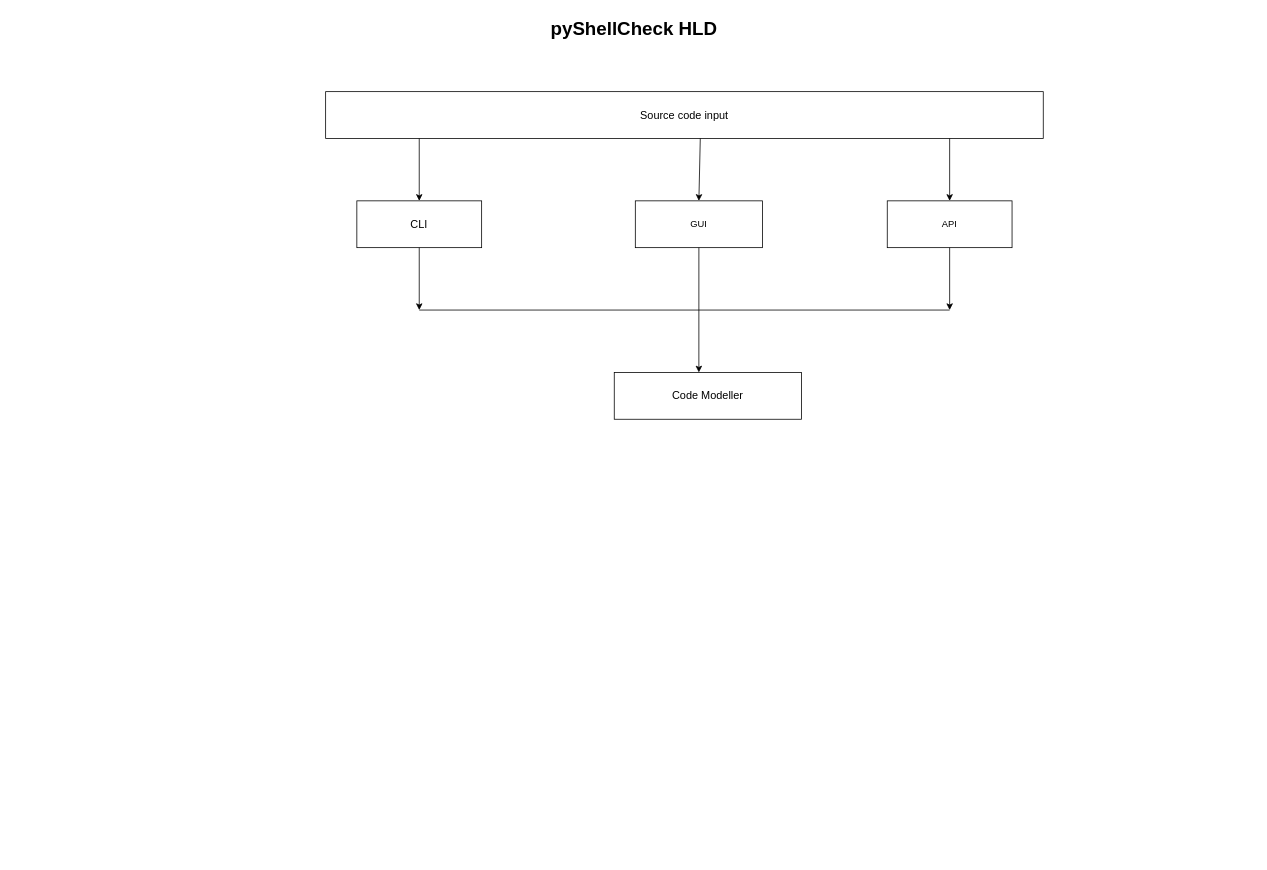
Above: Untitled Diagram.drawio in ajeesh875/pyShellSAST (draw.io), before the change. Source tidied: cells renumbered, new cells numbered last; positions are measured from the earlier drawing's top-left corner, leaving out a move shared by most shapes. Both pictures are drawn from the tidied source at 78%, with x=0, y=0 at pixel (13, 13).
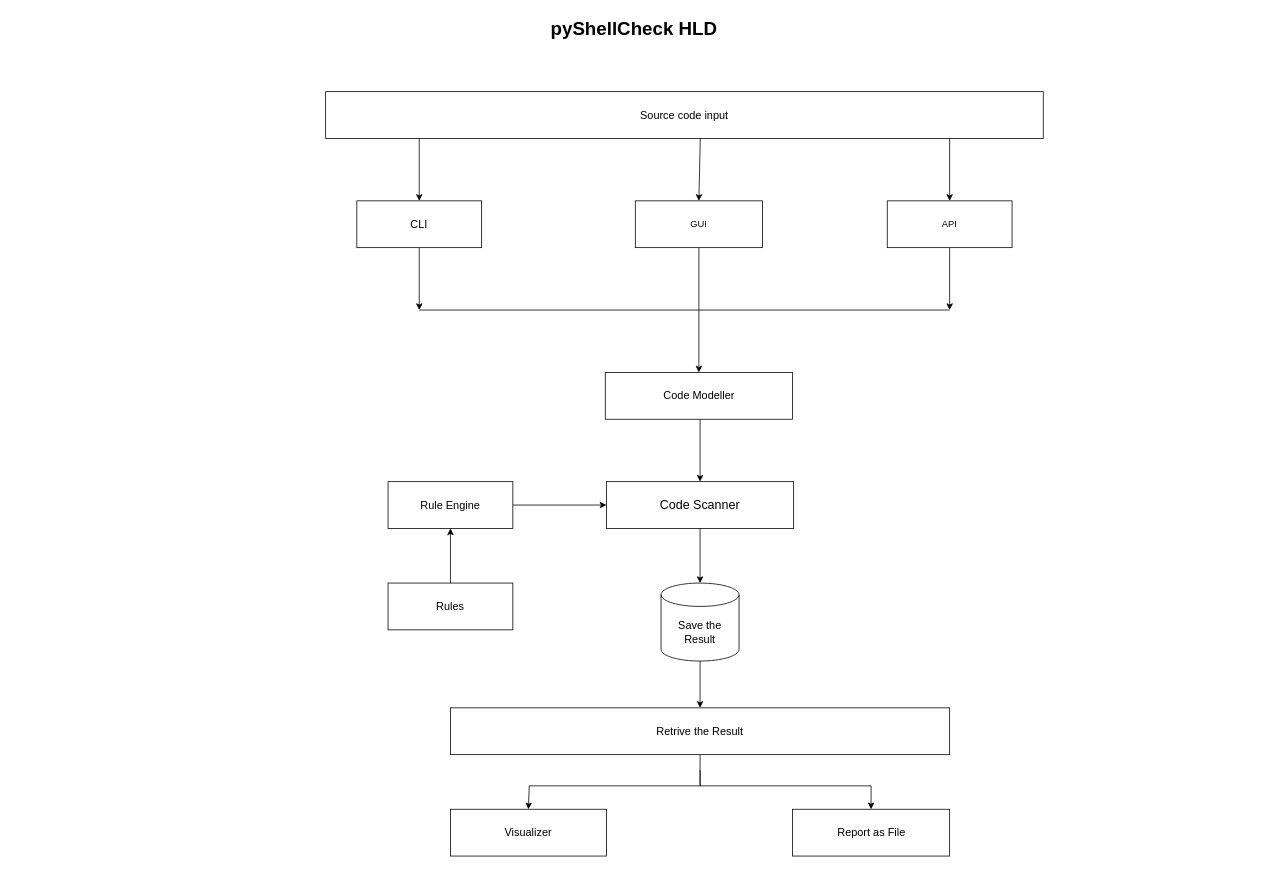
The same diagram, later.

Unchanged cells that the change refers to:
```xml
<mxCell id="8" value="GUI" style="rounded=0;whiteSpace=wrap;html=1;" parent="1" vertex="1">
  <mxGeometry x="797" y="240" width="163" height="60" as="geometry" />
</mxCell>
```

Diff of the diagram source:
```diff
@@
-    <mxCell id="11" style="endArrow=classic;html=1;rounded=0;exitX=0.5;exitY=1;exitDx=0;exitDy=0;entryX=0.452;entryY=0;entryDx=0;entryDy=0;entryPerimeter=0;" parent="1" edge="1" source="8" target="14">
+    <mxCell id="11" style="endArrow=classic;html=1;rounded=0;exitX=0.5;exitY=1;exitDx=0;exitDy=0;entryX=0.5;entryY=0;entryDx=0;entryDy=0;entryPerimeter=0;" parent="1" edge="1" source="8" target="14">
       <mxGeometry relative="1" as="geometry" />
     </mxCell>
@@
     <mxCell id="14" value="&lt;font style=&quot;font-size: 14px;&quot;&gt;Code Modeller&lt;/font&gt;" style="rounded=0;whiteSpace=wrap;html=1;" parent="1" vertex="1">
-      <mxGeometry x="770" y="460" width="240" height="60" as="geometry" />
+      <mxGeometry x="758.5" y="460" width="240" height="60" as="geometry" />
     </mxCell>
+    <mxCell id="15" style="endArrow=classic;html=1;rounded=0;" parent="1" edge="1">
+      <mxGeometry relative="1" as="geometry">
+        <mxPoint x="880" y="520" as="sourcePoint" />
+        <mxPoint x="880" y="600" as="targetPoint" />
+      </mxGeometry>
+    </mxCell>
+    <mxCell id="16" value="&lt;font size=&quot;3&quot;&gt;Code Scanner&lt;br&gt;&lt;/font&gt;" style="rounded=0;whiteSpace=wrap;html=1;" parent="1" vertex="1">
+      <mxGeometry x="760" y="600" width="240" height="60" as="geometry" />
+    </mxCell>
+    <mxCell id="17" style="endArrow=classic;html=1;rounded=0;entryX=0;entryY=0.5;entryDx=0;entryDy=0;" parent="1" edge="1" target="16">
+      <mxGeometry relative="1" as="geometry">
+        <mxPoint x="640" y="630" as="sourcePoint" />
+      </mxGeometry>
+    </mxCell>
+    <mxCell id="18" value="&lt;font style=&quot;font-size: 14px;&quot;&gt;Rule Engine&lt;br&gt;&lt;/font&gt;" style="rounded=0;whiteSpace=wrap;html=1;" parent="1" vertex="1">
+      <mxGeometry x="480" y="600" width="160" height="60" as="geometry" />
+    </mxCell>
+    <mxCell id="19" value="&lt;font style=&quot;font-size: 14px;&quot;&gt;Rules&lt;/font&gt;" style="rounded=0;whiteSpace=wrap;html=1;" parent="1" vertex="1">
+      <mxGeometry x="480" y="730" width="160" height="60" as="geometry" />
+    </mxCell>
+    <mxCell id="20" style="endArrow=classic;html=1;rounded=0;exitX=0.5;exitY=0;exitDx=0;exitDy=0;entryX=0.5;entryY=1;entryDx=0;entryDy=0;" parent="1" edge="1" source="19" target="18">
+      <mxGeometry relative="1" as="geometry" />
+    </mxCell>
+    <mxCell id="21" style="endArrow=classic;html=1;rounded=0;entryX=0.5;entryY=0;entryDx=0;entryDy=0;entryPerimeter=0;" parent="1" edge="1">
+      <mxGeometry relative="1" as="geometry">
+        <mxPoint x="880" y="660" as="sourcePoint" />
+        <mxPoint x="880" y="730" as="targetPoint" />
+      </mxGeometry>
+    </mxCell>
+    <mxCell id="22" style="edgeStyle=orthogonalEdgeStyle;rounded=0;jettySize=auto;html=1;" parent="1" edge="1" source="23" target="26">
+      <mxGeometry relative="1" as="geometry" />
+    </mxCell>
+    <mxCell id="23" value="&lt;font style=&quot;font-size: 14px;&quot;&gt;Save the Result&lt;br&gt;&lt;/font&gt;" style="shape=cylinder3;whiteSpace=wrap;html=1;boundedLbl=1;backgroundOutline=1;size=15;" parent="1" vertex="1">
+      <mxGeometry x="830" y="730" width="100" height="100" as="geometry" />
+    </mxCell>
+    <mxCell id="24" style="edgeStyle=orthogonalEdgeStyle;rounded=0;orthogonalLoop=1;jettySize=auto;html=1;entryX=0.5;entryY=0;entryDx=0;entryDy=0;" parent="1" edge="1">
+      <mxGeometry relative="1" as="geometry">
+        <mxPoint x="880.1" y="970" as="sourcePoint" />
+        <mxPoint x="660" y="1020" as="targetPoint" />
+        <Array as="points">
+          <mxPoint x="880" y="990" />
+          <mxPoint x="661" y="990" />
+          <mxPoint x="661" y="1020" />
+        </Array>
+      </mxGeometry>
+    </mxCell>
+    <mxCell id="25" style="edgeStyle=orthogonalEdgeStyle;rounded=0;jettySize=auto;html=1;entryX=0.5;entryY=0;entryDx=0;entryDy=0;" parent="1" edge="1" source="26" target="28">
+      <mxGeometry relative="1" as="geometry">
+        <Array as="points">
+          <mxPoint x="880" y="990" />
+          <mxPoint x="1099" y="990" />
+        </Array>
+      </mxGeometry>
+    </mxCell>
+    <mxCell id="26" value="&lt;font style=&quot;font-size: 14px;&quot;&gt;Retrive the Result&lt;br&gt;&lt;/font&gt;" style="rounded=0;whiteSpace=wrap;html=1;" parent="1" vertex="1">
+      <mxGeometry x="560" y="890" width="640" height="60" as="geometry" />
+    </mxCell>
+    <mxCell id="27" value="&lt;font style=&quot;font-size: 14px;&quot;&gt;Visualizer&lt;/font&gt;" style="rounded=0;whiteSpace=wrap;html=1;" parent="1" vertex="1">
+      <mxGeometry x="560" y="1020" width="200" height="60" as="geometry" />
+    </mxCell>
+    <mxCell id="28" value="&lt;font style=&quot;font-size: 14px;&quot;&gt;Report as File&lt;br&gt;&lt;/font&gt;" style="rounded=0;whiteSpace=wrap;html=1;" parent="1" vertex="1">
+      <mxGeometry x="998.5" y="1020" width="201.5" height="60" as="geometry" />
+    </mxCell>
```
